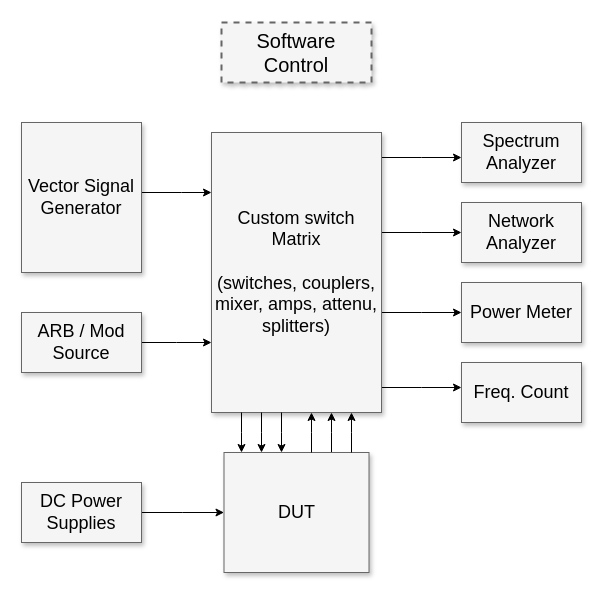
Earlier version of the draw.io diagram Untitled Diagram.drawio (3038814044/GE-Reflective-Memory-Custom-Device-multiple-DMA-transfer). Source tidied: cells renumbered, new cells numbered last; positions are measured from the earlier drawing's top-left corner, leaving out a move shared by most shapes. Both pictures are drawn from the tidied source at 100%, with x=0, y=0 at pixel (21, 22).
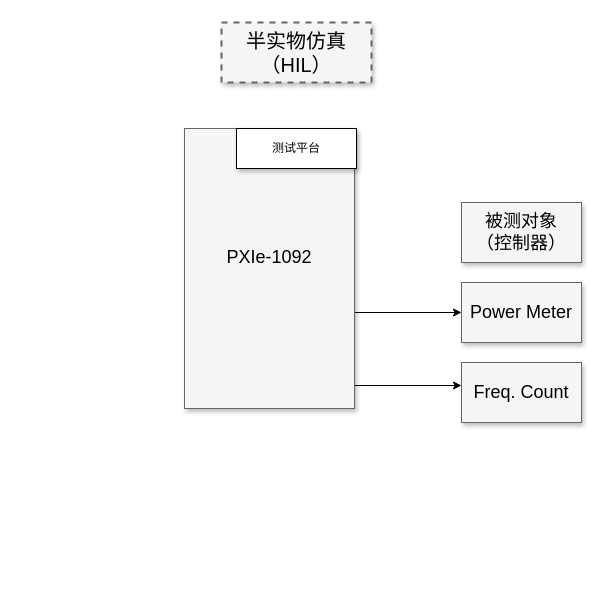
The same page after the edit.

What changed in the source:
```diff
@@
-    <mxCell id="2" value="Software Control" style="whiteSpace=wrap;html=1;shadow=1;fontSize=20;fillColor=#f5f5f5;strokeColor=#666666;strokeWidth=2;dashed=1;" parent="1" vertex="1">
+    <mxCell id="2" value="半实物仿真（HIL）" style="whiteSpace=wrap;html=1;shadow=1;fontSize=20;fillColor=#f5f5f5;strokeColor=#666666;strokeWidth=2;dashed=1;" parent="1" vertex="1">
       <mxGeometry x="200" width="150" height="60" as="geometry" />
     </mxCell>
-    <mxCell id="3" style="edgeStyle=elbowEdgeStyle;rounded=0;html=1;startArrow=none;startFill=0;jettySize=auto;fontSize=18;elbow=vertical;" parent="1" edge="1" source="8" target="9">
-      <mxGeometry relative="1" as="geometry" />
-    </mxCell>
-    <mxCell id="4" style="edgeStyle=elbowEdgeStyle;rounded=0;html=1;startArrow=none;startFill=0;jettySize=auto;fontSize=18;elbow=vertical;" parent="1" edge="1" source="8" target="10">
-      <mxGeometry relative="1" as="geometry" />
-    </mxCell>
@@
-    <mxCell id="7" style="edgeStyle=elbowEdgeStyle;rounded=0;html=1;startArrow=none;startFill=0;jettySize=auto;fontSize=18;" parent="1" edge="1" source="17" target="8">
-      <mxGeometry relative="1" as="geometry">
-        <Array as="points">
-          <mxPoint x="310" y="410" />
-        </Array>
-      </mxGeometry>
-    </mxCell>
-    <mxCell id="8" value="Custom switch Matrix&lt;div&gt;&lt;br&gt;&lt;/div&gt;&lt;div&gt;(switches, couplers, mixer, amps, attenu, splitters)&lt;/div&gt;" style="whiteSpace=wrap;html=1;shadow=1;fontSize=18;fillColor=#f5f5f5;strokeColor=#666666;" parent="1" vertex="1">
-      <mxGeometry x="190" y="110" width="170" height="280" as="geometry" />
+    <mxCell id="8" value="PXIe-1092&lt;br&gt;&lt;br&gt;" style="whiteSpace=wrap;html=1;shadow=1;fontSize=18;fillColor=#f5f5f5;strokeColor=#666666;" parent="1" vertex="1">
+      <mxGeometry x="163" y="106" width="170" height="280" as="geometry" />
     </mxCell>
-    <mxCell id="9" value="Spectrum Analyzer" style="whiteSpace=wrap;html=1;shadow=1;fontSize=18;fillColor=#f5f5f5;strokeColor=#666666;" parent="1" vertex="1">
-      <mxGeometry x="440" y="100" width="120" height="60" as="geometry" />
-    </mxCell>
-    <mxCell id="10" value="Network Analyzer" style="whiteSpace=wrap;html=1;shadow=1;fontSize=18;fillColor=#f5f5f5;strokeColor=#666666;" parent="1" vertex="1">
+    <mxCell id="10" value="被测对象&lt;br&gt;（控制器）" style="whiteSpace=wrap;html=1;shadow=1;fontSize=18;fillColor=#f5f5f5;strokeColor=#666666;" parent="1" vertex="1">
       <mxGeometry x="440" y="180" width="120" height="60" as="geometry" />
     </mxCell>
@@
-    <mxCell id="13" style="edgeStyle=elbowEdgeStyle;rounded=0;html=1;startArrow=none;startFill=0;jettySize=auto;fontSize=18;elbow=vertical;" parent="1" edge="1" source="14" target="8">
-      <mxGeometry relative="1" as="geometry">
-        <Array as="points">
-          <mxPoint x="160" y="170" />
-        </Array>
-      </mxGeometry>
-    </mxCell>
-    <mxCell id="14" value="Vector Signal Generator" style="whiteSpace=wrap;html=1;shadow=1;fontSize=18;fillColor=#f5f5f5;strokeColor=#666666;" parent="1" vertex="1">
-      <mxGeometry y="100" width="120" height="150" as="geometry" />
-    </mxCell>
-    <mxCell id="15" style="edgeStyle=elbowEdgeStyle;rounded=0;html=1;startArrow=none;startFill=0;jettySize=auto;fontSize=18;elbow=vertical;" parent="1" edge="1" source="16" target="8">
-      <mxGeometry relative="1" as="geometry" />
-    </mxCell>
-    <mxCell id="16" value="ARB / Mod Source" style="whiteSpace=wrap;html=1;shadow=1;fontSize=18;fillColor=#f5f5f5;strokeColor=#666666;" parent="1" vertex="1">
-      <mxGeometry y="290" width="120" height="60" as="geometry" />
-    </mxCell>
-    <mxCell id="17" value="DUT" style="whiteSpace=wrap;html=1;shadow=1;fontSize=18;fillColor=#f5f5f5;strokeColor=#666666;" parent="1" vertex="1">
-      <mxGeometry x="202.5" y="430" width="145" height="120" as="geometry" />
-    </mxCell>
-    <mxCell id="18" style="edgeStyle=elbowEdgeStyle;rounded=0;html=1;startArrow=none;startFill=0;jettySize=auto;fontSize=18;elbow=vertical;" parent="1" edge="1" source="19" target="17">
-      <mxGeometry relative="1" as="geometry" />
-    </mxCell>
-    <mxCell id="19" value="DC Power Supplies" style="whiteSpace=wrap;html=1;shadow=1;fontSize=18;fillColor=#f5f5f5;strokeColor=#666666;" parent="1" vertex="1">
-      <mxGeometry y="460" width="120" height="60" as="geometry" />
-    </mxCell>
-    <mxCell id="20" style="edgeStyle=elbowEdgeStyle;rounded=0;html=1;startArrow=none;startFill=0;jettySize=auto;fontSize=18;" parent="1" edge="1" source="17" target="8">
-      <mxGeometry relative="1" as="geometry">
-        <Array as="points">
-          <mxPoint x="330" y="410" />
-          <mxPoint x="310" y="410" />
-        </Array>
-      </mxGeometry>
-    </mxCell>
-    <mxCell id="21" style="edgeStyle=elbowEdgeStyle;rounded=0;html=1;startArrow=none;startFill=0;jettySize=auto;orthogonalLoop=1;fontSize=18;" parent="1" edge="1">
-      <mxGeometry relative="1" as="geometry">
-        <mxPoint x="290" y="430" as="sourcePoint" />
-        <mxPoint x="290" y="390" as="targetPoint" />
-        <Array as="points">
-          <mxPoint x="290" y="410" />
-          <mxPoint x="290" y="410" />
-        </Array>
-      </mxGeometry>
-    </mxCell>
-    <mxCell id="22" style="edgeStyle=elbowEdgeStyle;rounded=0;html=1;startArrow=none;startFill=0;jettySize=auto;orthogonalLoop=1;fontSize=18;" parent="1" edge="1">
-      <mxGeometry relative="1" as="geometry">
-        <mxPoint x="260" y="390" as="sourcePoint" />
-        <mxPoint x="260" y="430" as="targetPoint" />
-        <Array as="points">
-          <mxPoint x="260" y="410" />
-          <mxPoint x="290" y="420" />
-        </Array>
-      </mxGeometry>
-    </mxCell>
-    <mxCell id="23" style="edgeStyle=elbowEdgeStyle;rounded=0;html=1;startArrow=none;startFill=0;jettySize=auto;orthogonalLoop=1;fontSize=18;" parent="1" edge="1">
-      <mxGeometry relative="1" as="geometry">
-        <mxPoint x="240" y="390" as="sourcePoint" />
-        <mxPoint x="240" y="430" as="targetPoint" />
-        <Array as="points">
-          <mxPoint x="240" y="410" />
-          <mxPoint x="270" y="420" />
-        </Array>
-      </mxGeometry>
-    </mxCell>
-    <mxCell id="24" style="edgeStyle=elbowEdgeStyle;rounded=0;html=1;startArrow=none;startFill=0;jettySize=auto;orthogonalLoop=1;fontSize=18;" parent="1" edge="1">
-      <mxGeometry relative="1" as="geometry">
-        <mxPoint x="220" y="390" as="sourcePoint" />
-        <mxPoint x="220" y="430" as="targetPoint" />
-        <Array as="points">
-          <mxPoint x="220" y="410" />
-          <mxPoint x="250" y="420" />
-        </Array>
-      </mxGeometry>
-    </mxCell>
+    <mxCell id="25" value="测试平台" style="rounded=0;whiteSpace=wrap;html=1;shadow=1;" parent="1" vertex="1">
+      <mxGeometry x="215" y="106" width="120" height="40" as="geometry" />
+    </mxCell>
```
